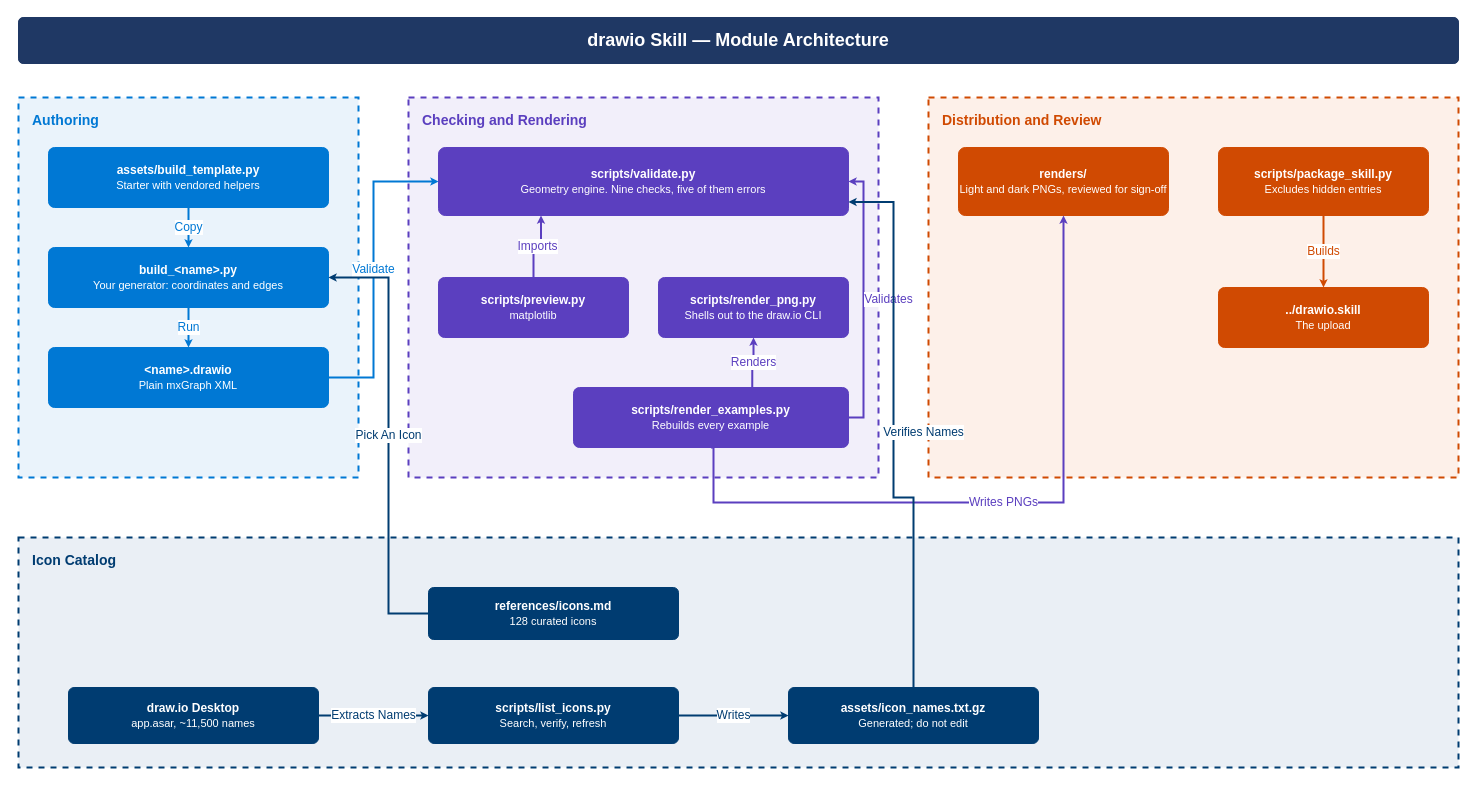
The draw.io diagram docs/architecture.drawio in rahulragunathan/drawio, before the edit. Source tidied: cells renumbered, new cells numbered last; positions are measured from the earlier drawing's top-left corner, leaving out a move shared by most shapes. Both pictures are drawn from the tidied source at 100%, with x=0, y=0 at pixel (18, 17).
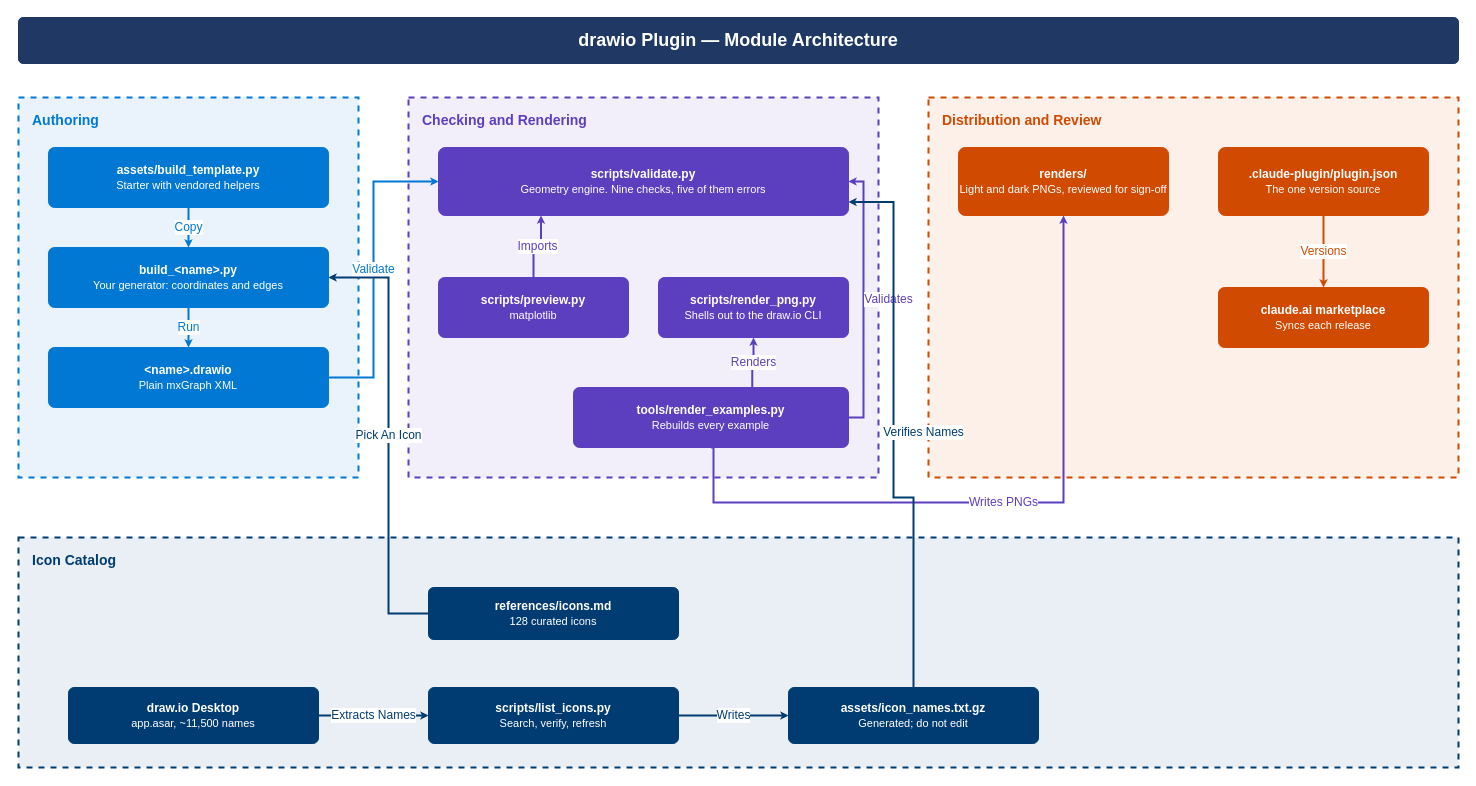
Above is the later version.

Commit message (it also covers changes not shown here):
D3–D4: docs for the plugin; drop packaging; close ENH-04 and ENH-06

Change to the diagram source:
```diff
@@
-    <mxCell id="2" value="drawio Skill — Module Architecture" style="rounded=1;whiteSpace=wrap;html=1;fillColor=#1f3864;strokeColor=#1f3864;strokeWidth=1;fontColor=#ffffff;fontSize=18;fontStyle=1;arcSize=10;verticalAlign=middle;align=center;spacingTop=0;spacingLeft=0;" parent="1" vertex="1">
+    <mxCell id="2" value="drawio Plugin — Module Architecture" style="rounded=1;whiteSpace=wrap;html=1;fillColor=#1f3864;strokeColor=#1f3864;strokeWidth=1;fontColor=#ffffff;fontSize=18;fontStyle=1;arcSize=10;verticalAlign=middle;align=center;spacingTop=0;spacingLeft=0;" parent="1" vertex="1">
       <mxGeometry width="1440" height="46" as="geometry" />
     </mxCell>
@@
-    <mxCell id="13" value="&lt;b&gt;scripts/render_examples.py&lt;/b&gt;&lt;br&gt;&lt;span style='font-weight:normal;font-size:11px'&gt;Rebuilds every example&lt;/span&gt;" style="rounded=1;whiteSpace=wrap;html=1;fillColor=#5b3fbf;strokeColor=#5b3fbf;strokeWidth=1;fontColor=#ffffff;fontSize=12;fontStyle=0;arcSize=10;verticalAlign=middle;align=center;spacingTop=0;spacingLeft=0;" parent="1" vertex="1">
+    <mxCell id="13" value="&lt;b&gt;tools/render_examples.py&lt;/b&gt;&lt;br&gt;&lt;span style='font-weight:normal;font-size:11px'&gt;Rebuilds every example&lt;/span&gt;" style="rounded=1;whiteSpace=wrap;html=1;fillColor=#5b3fbf;strokeColor=#5b3fbf;strokeWidth=1;fontColor=#ffffff;fontSize=12;fontStyle=0;arcSize=10;verticalAlign=middle;align=center;spacingTop=0;spacingLeft=0;" parent="1" vertex="1">
       <mxGeometry x="555" y="370" width="275" height="60" as="geometry" />
     </mxCell>
@@
-    <mxCell id="15" value="&lt;b&gt;scripts/package_skill.py&lt;/b&gt;&lt;br&gt;&lt;span style='font-weight:normal;font-size:11px'&gt;Excludes hidden entries&lt;/span&gt;" style="rounded=1;whiteSpace=wrap;html=1;fillColor=#d04a02;strokeColor=#d04a02;strokeWidth=1;fontColor=#ffffff;fontSize=12;fontStyle=0;arcSize=10;verticalAlign=middle;align=center;spacingTop=0;spacingLeft=0;" parent="1" vertex="1">
+    <mxCell id="15" value="&lt;b&gt;.claude-plugin/plugin.json&lt;/b&gt;&lt;br&gt;&lt;span style='font-weight:normal;font-size:11px'&gt;The one version source&lt;/span&gt;" style="rounded=1;whiteSpace=wrap;html=1;fillColor=#d04a02;strokeColor=#d04a02;strokeWidth=1;fontColor=#ffffff;fontSize=12;fontStyle=0;arcSize=10;verticalAlign=middle;align=center;spacingTop=0;spacingLeft=0;" parent="1" vertex="1">
       <mxGeometry x="1200" y="130" width="210" height="68" as="geometry" />
     </mxCell>
-    <mxCell id="16" value="&lt;b&gt;../drawio.skill&lt;/b&gt;&lt;br&gt;&lt;span style='font-weight:normal;font-size:11px'&gt;The upload&lt;/span&gt;" style="rounded=1;whiteSpace=wrap;html=1;fillColor=#d04a02;strokeColor=#d04a02;strokeWidth=1;fontColor=#ffffff;fontSize=12;fontStyle=0;arcSize=10;verticalAlign=middle;align=center;spacingTop=0;spacingLeft=0;" parent="1" vertex="1">
+    <mxCell id="16" value="&lt;b&gt;claude.ai marketplace&lt;/b&gt;&lt;br&gt;&lt;span style='font-weight:normal;font-size:11px'&gt;Syncs each release&lt;/span&gt;" style="rounded=1;whiteSpace=wrap;html=1;fillColor=#d04a02;strokeColor=#d04a02;strokeWidth=1;fontColor=#ffffff;fontSize=12;fontStyle=0;arcSize=10;verticalAlign=middle;align=center;spacingTop=0;spacingLeft=0;" parent="1" vertex="1">
       <mxGeometry x="1200" y="270" width="210" height="60" as="geometry" />
     </mxCell>
@@
-    <mxCell id="28" value="Builds" style="edgeStyle=orthogonalEdgeStyle;rounded=0;jettySize=auto;html=1;strokeColor=#d04a02;strokeWidth=2;endArrow=classic;endFill=1;startSize=2;endSize=2;fontSize=12;fontColor=#d04a02;labelBackgroundColor=#ffffff;" parent="1" edge="1" source="15" target="16">
+    <mxCell id="28" value="Versions" style="edgeStyle=orthogonalEdgeStyle;rounded=0;jettySize=auto;html=1;strokeColor=#d04a02;strokeWidth=2;endArrow=classic;endFill=1;startSize=2;endSize=2;fontSize=12;fontColor=#d04a02;labelBackgroundColor=#ffffff;" parent="1" edge="1" source="15" target="16">
       <mxGeometry relative="1" as="geometry" />
     </mxCell>
```
